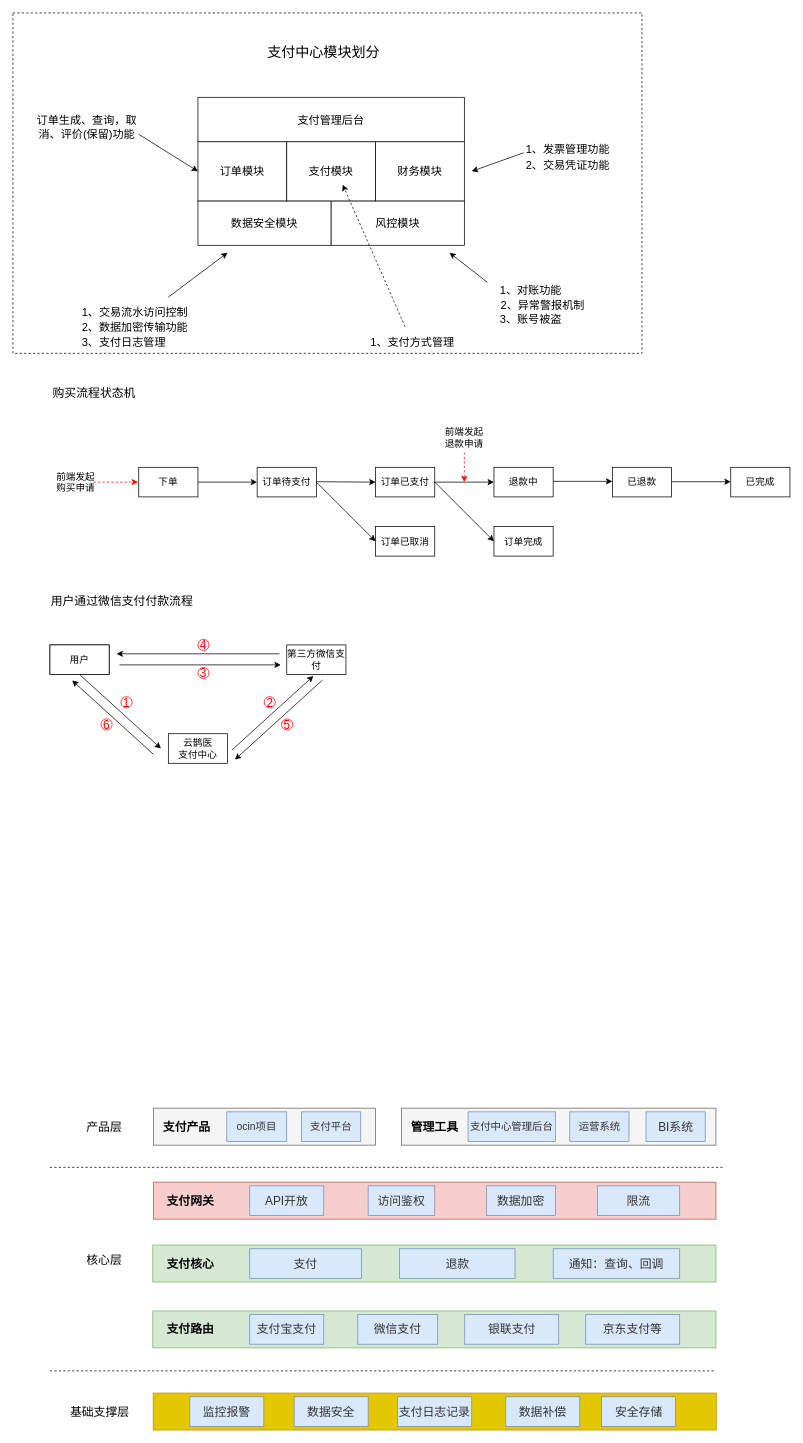
This is 支付中心.drawio from chenrushui/draw, a draw.io file, before an edit. Source tidied: cells renumbered, new cells numbered last; positions are measured from the earlier drawing's top-left corner, leaving out a move shared by most shapes. Both pictures are drawn from the tidied source at 74%, with x=0, y=0 at pixel (13, 13).
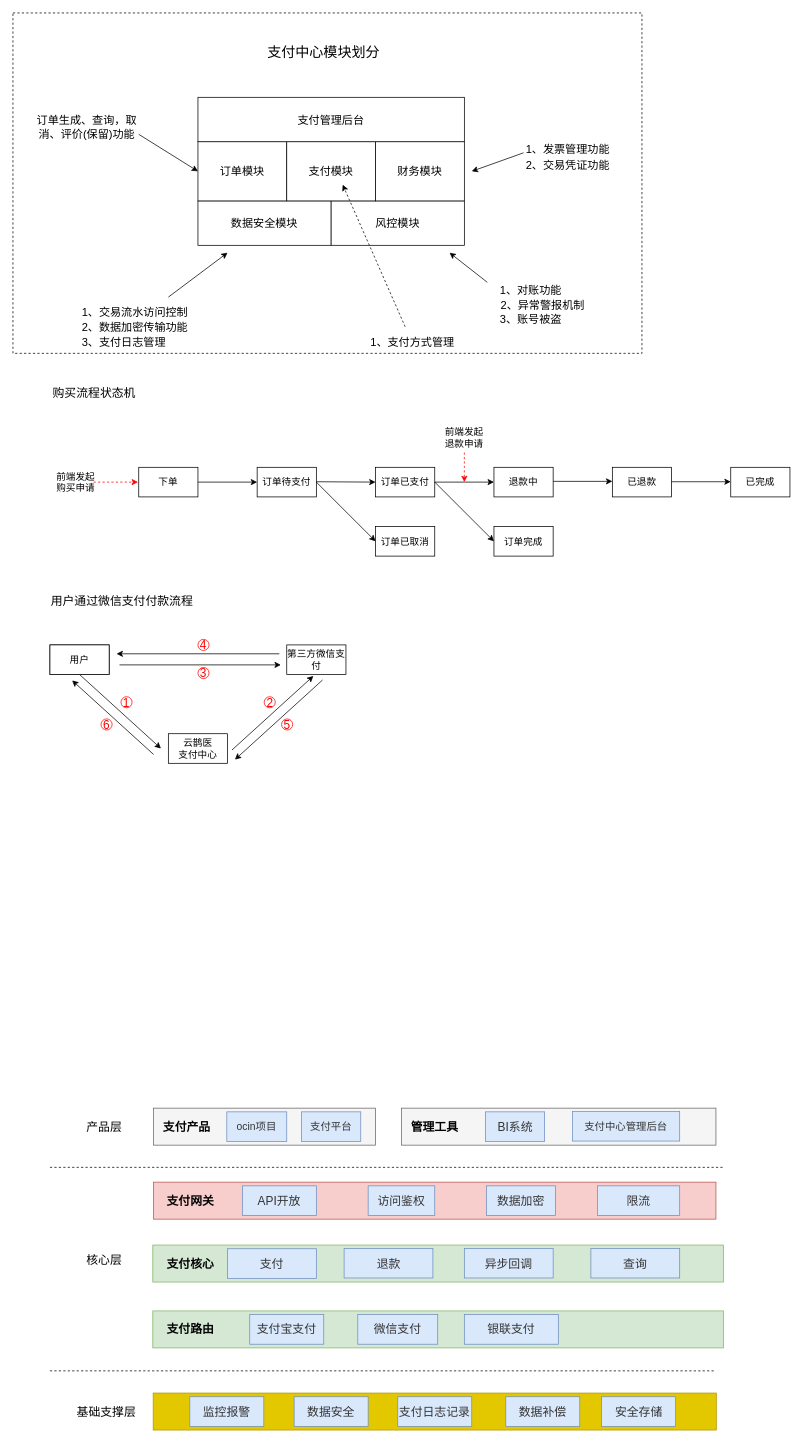
The same diagram, later.

Change to the diagram source:
```diff
@@
     <mxCell id="66" value="基础支撑层" style="text;html=1;strokeColor=none;fillColor=none;align=center;verticalAlign=middle;whiteSpace=wrap;rounded=0;fontSize=16;" parent="1" vertex="1">
-      <mxGeometry x="74" y="1880" width="87" height="20" as="geometry" />
+      <mxGeometry x="83" y="1880" width="87" height="20" as="geometry" />
     </mxCell>
@@
     <mxCell id="70" value="&lt;p class=&quot;MsoNormal&quot; style=&quot;font-size: 14px&quot;&gt;&lt;font color=&quot;#333333&quot;&gt;&lt;span style=&quot;&quot;&gt;支付中心管理后台&lt;/span&gt;&lt;/font&gt;&lt;/p&gt;" style="rounded=0;whiteSpace=wrap;html=1;fontSize=16;fillColor=#dae8fc;strokeColor=#6c8ebf;labelBackgroundColor=none;" parent="1" vertex="1">
-      <mxGeometry x="615" y="1485" width="118" height="40" as="geometry" />
+      <mxGeometry x="756" y="1484.5" width="145" height="40" as="geometry" />
     </mxCell>
@@
-    <mxCell id="72" value="&lt;p class=&quot;MsoNormal&quot; style=&quot;font-size: 14px&quot;&gt;&lt;font color=&quot;#333333&quot;&gt;&lt;span style=&quot;&quot;&gt;运营系统&lt;/span&gt;&lt;/font&gt;&lt;/p&gt;" style="rounded=0;whiteSpace=wrap;html=1;fontSize=16;fillColor=#dae8fc;strokeColor=#6c8ebf;labelBackgroundColor=none;" parent="1" vertex="1">
-      <mxGeometry x="752.5" y="1485" width="80" height="40" as="geometry" />
-    </mxCell>
     <mxCell id="73" value="&lt;font color=&quot;#333333&quot;&gt;BI系统&lt;/font&gt;" style="rounded=0;whiteSpace=wrap;html=1;fontSize=16;fillColor=#dae8fc;strokeColor=#6c8ebf;labelBackgroundColor=none;" parent="1" vertex="1">
-      <mxGeometry x="855.5" y="1485" width="80" height="40" as="geometry" />
+      <mxGeometry x="638.5" y="1485" width="80" height="40" as="geometry" />
     </mxCell>
@@
     <mxCell id="78" value="&lt;font color=&quot;#333333&quot;&gt;API开放&lt;/font&gt;" style="rounded=0;whiteSpace=wrap;html=1;fontSize=16;fillColor=#dae8fc;strokeColor=#6c8ebf;labelBackgroundColor=none;" parent="1" vertex="1">
-      <mxGeometry x="320" y="1585" width="100" height="40" as="geometry" />
+      <mxGeometry x="310" y="1585" width="100" height="40" as="geometry" />
     </mxCell>
@@
     <mxCell id="82" style="rounded=0;whiteSpace=wrap;html=1;fontSize=16;fillColor=#d5e8d4;strokeColor=#82b366;" parent="1" vertex="1">
-      <mxGeometry x="189" y="1665" width="761" height="50" as="geometry" />
+      <mxGeometry x="189" y="1665" width="771" height="50" as="geometry" />
     </mxCell>
@@
     <mxCell id="84" value="&lt;font color=&quot;#333333&quot;&gt;支付&lt;/font&gt;" style="rounded=0;whiteSpace=wrap;html=1;fontSize=16;fillColor=#dae8fc;strokeColor=#6c8ebf;labelBackgroundColor=none;" parent="1" vertex="1">
-      <mxGeometry x="320" y="1670" width="151" height="40" as="geometry" />
+      <mxGeometry x="290" y="1670" width="120" height="40" as="geometry" />
     </mxCell>
-    <mxCell id="85" value="&lt;font color=&quot;#333333&quot;&gt;退款&lt;/font&gt;" style="rounded=0;whiteSpace=wrap;html=1;fontSize=16;fillColor=#dae8fc;strokeColor=#6c8ebf;labelBackgroundColor=none;" parent="1" vertex="1">
-      <mxGeometry x="522.5" y="1670" width="156" height="40" as="geometry" />
-    </mxCell>
-    <mxCell id="86" value="&lt;font color=&quot;#333333&quot;&gt;通知：查询、回调&lt;/font&gt;" style="rounded=0;whiteSpace=wrap;html=1;fontSize=16;fillColor=#dae8fc;strokeColor=#6c8ebf;labelBackgroundColor=none;" parent="1" vertex="1">
-      <mxGeometry x="730" y="1670" width="171" height="40" as="geometry" />
-    </mxCell>
     <mxCell id="87" style="rounded=0;whiteSpace=wrap;html=1;fontSize=16;fillColor=#d5e8d4;strokeColor=#82b366;" parent="1" vertex="1">
-      <mxGeometry x="189" y="1754" width="761" height="50" as="geometry" />
+      <mxGeometry x="189" y="1754" width="771" height="50" as="geometry" />
     </mxCell>
@@
     <mxCell id="91" value="&lt;font color=&quot;#333333&quot;&gt;银联支付&lt;/font&gt;" style="rounded=0;whiteSpace=wrap;html=1;fontSize=16;fillColor=#dae8fc;strokeColor=#6c8ebf;labelBackgroundColor=none;" parent="1" vertex="1">
-      <mxGeometry x="610.5" y="1759" width="127" height="40" as="geometry" />
+      <mxGeometry x="610" y="1759" width="127" height="40" as="geometry" />
     </mxCell>
-    <mxCell id="92" value="&lt;font color=&quot;#333333&quot;&gt;京东支付等&lt;/font&gt;" style="rounded=0;whiteSpace=wrap;html=1;fontSize=16;fillColor=#dae8fc;strokeColor=#6c8ebf;labelBackgroundColor=none;" parent="1" vertex="1">
-      <mxGeometry x="774" y="1759" width="127" height="40" as="geometry" />
-    </mxCell>
@@
+    <mxCell id="85" value="&lt;font color=&quot;#333333&quot;&gt;退款&lt;/font&gt;" style="rounded=0;whiteSpace=wrap;html=1;fontSize=16;fillColor=#dae8fc;strokeColor=#6c8ebf;labelBackgroundColor=none;" parent="1" vertex="1">
+      <mxGeometry x="447.5" y="1669.5" width="120" height="40" as="geometry" />
+    </mxCell>
+    <mxCell id="99" value="&lt;font color=&quot;#333333&quot;&gt;异步回调&lt;/font&gt;" style="rounded=0;whiteSpace=wrap;html=1;fontSize=16;fillColor=#dae8fc;strokeColor=#6c8ebf;labelBackgroundColor=none;" parent="1" vertex="1">
+      <mxGeometry x="610" y="1669.5" width="120" height="40" as="geometry" />
+    </mxCell>
+    <mxCell id="100" value="&lt;font color=&quot;#333333&quot;&gt;查询&lt;/font&gt;" style="rounded=0;whiteSpace=wrap;html=1;fontSize=16;fillColor=#dae8fc;strokeColor=#6c8ebf;labelBackgroundColor=none;" parent="1" vertex="1">
+      <mxGeometry x="781" y="1669.5" width="120" height="40" as="geometry" />
+    </mxCell>
```
